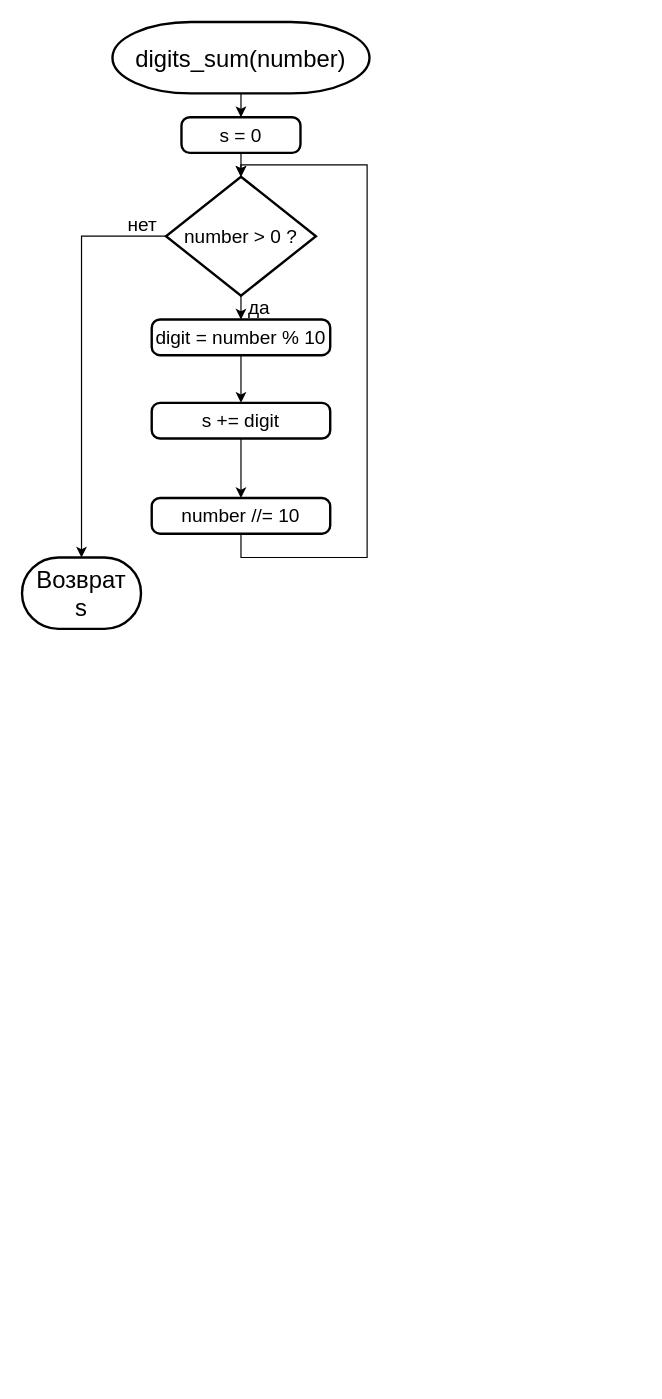
This is les_2_task_9.drawio from nglaz0v/Python_Algorithms, a draw.io file, before an edit. Source tidied: cells renumbered, new cells numbered last; positions are measured from the earlier drawing's top-left corner, leaving out a move shared by most shapes. Both pictures are drawn from the tidied source at 119%, with x=0, y=0 at pixel (21, 21).
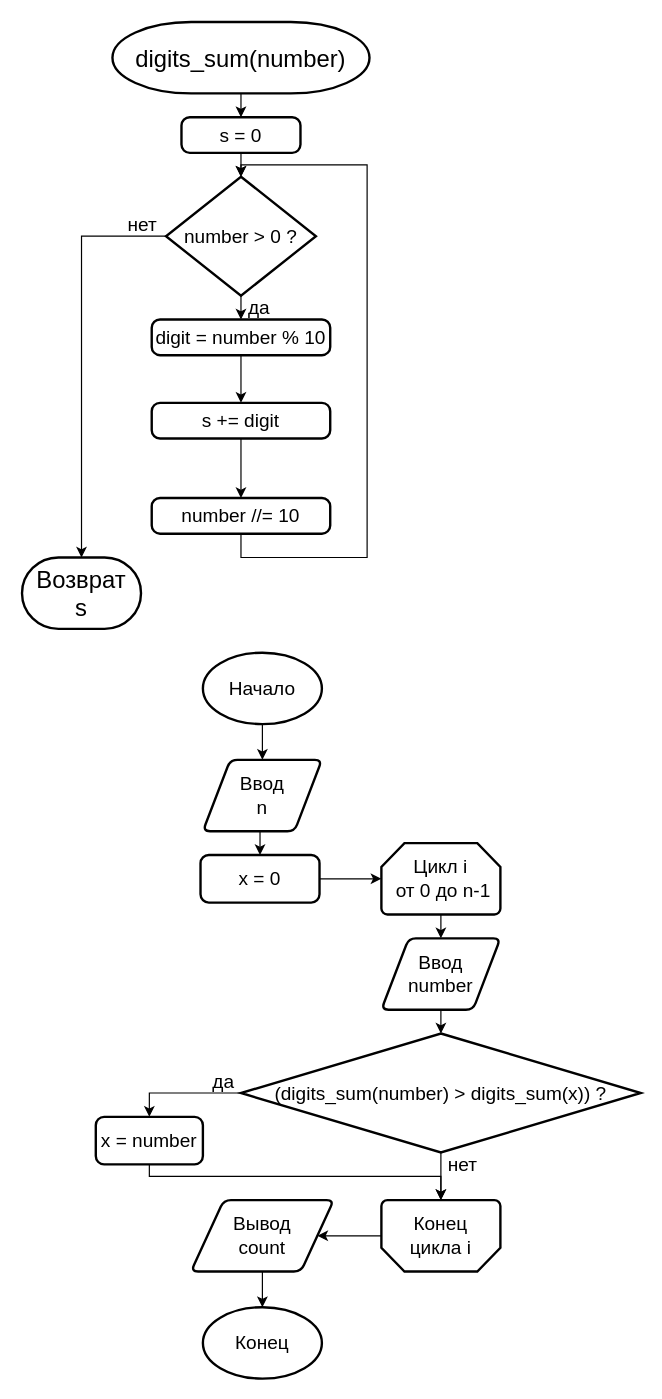
The same diagram, later.

Change to the diagram source:
```diff
@@
+    <mxCell id="18" style="edgeStyle=orthogonalEdgeStyle;rounded=0;jettySize=auto;html=1;exitX=0.5;exitY=1;exitDx=0;exitDy=0;exitPerimeter=0;entryX=0.5;entryY=0;entryDx=0;entryDy=0;fontSize=16;" parent="1" edge="1" source="19" target="21">
+      <mxGeometry relative="1" as="geometry" />
+    </mxCell>
+    <mxCell id="19" value="Начало" style="strokeWidth=2;html=1;shape=mxgraph.flowchart.start_1;whiteSpace=wrap;fontSize=16;" parent="1" vertex="1">
+      <mxGeometry x="152" y="530" width="100" height="60" as="geometry" />
+    </mxCell>
+    <mxCell id="20" style="edgeStyle=orthogonalEdgeStyle;rounded=0;jettySize=auto;html=1;exitX=0.5;exitY=1;exitDx=0;exitDy=0;entryX=0.5;entryY=0;entryDx=0;entryDy=0;fontSize=16;" parent="1" edge="1" source="21" target="26">
+      <mxGeometry relative="1" as="geometry" />
+    </mxCell>
+    <mxCell id="21" value="Ввод&lt;br&gt;n" style="shape=parallelogram;html=1;strokeWidth=2;perimeter=parallelogramPerimeter;whiteSpace=wrap;rounded=1;arcSize=12;size=0.23;fontSize=16;" parent="1" vertex="1">
+      <mxGeometry x="152" y="620" width="100" height="60" as="geometry" />
+    </mxCell>
+    <mxCell id="22" style="edgeStyle=orthogonalEdgeStyle;rounded=0;jettySize=auto;html=1;exitX=0.5;exitY=1;exitDx=0;exitDy=0;entryX=0.5;entryY=0;entryDx=0;entryDy=0;entryPerimeter=0;fontSize=16;" parent="1" edge="1" source="23" target="24">
+      <mxGeometry relative="1" as="geometry" />
+    </mxCell>
+    <mxCell id="23" value="Вывод&lt;br&gt;count" style="shape=parallelogram;html=1;strokeWidth=2;perimeter=parallelogramPerimeter;whiteSpace=wrap;rounded=1;arcSize=12;size=0.23;fontSize=16;" parent="1" vertex="1">
+      <mxGeometry x="142" y="990" width="120" height="60" as="geometry" />
+    </mxCell>
+    <mxCell id="24" value="Конец" style="strokeWidth=2;html=1;shape=mxgraph.flowchart.start_1;whiteSpace=wrap;fontSize=16;" parent="1" vertex="1">
+      <mxGeometry x="152" y="1080" width="100" height="60" as="geometry" />
+    </mxCell>
+    <mxCell id="25" style="edgeStyle=orthogonalEdgeStyle;rounded=0;jettySize=auto;html=1;exitX=1;exitY=0.5;exitDx=0;exitDy=0;fontSize=16;" parent="1" edge="1" source="26" target="28">
+      <mxGeometry relative="1" as="geometry" />
+    </mxCell>
+    <mxCell id="26" value="x = 0" style="rounded=1;whiteSpace=wrap;html=1;absoluteArcSize=1;arcSize=14;strokeWidth=2;fontSize=16;" parent="1" vertex="1">
+      <mxGeometry x="150" y="700" width="100" height="40" as="geometry" />
+    </mxCell>
+    <mxCell id="27" style="edgeStyle=orthogonalEdgeStyle;rounded=0;jettySize=auto;html=1;exitX=0.5;exitY=1;exitDx=0;exitDy=0;exitPerimeter=0;entryX=0.5;entryY=0;entryDx=0;entryDy=0;fontSize=16;" parent="1" edge="1" source="28" target="32">
+      <mxGeometry relative="1" as="geometry" />
+    </mxCell>
+    <mxCell id="28" value="Цикл i&lt;br&gt;&amp;nbsp;от 0 до n-1" style="strokeWidth=2;html=1;shape=mxgraph.flowchart.loop_limit;whiteSpace=wrap;fontSize=16;" parent="1" vertex="1">
+      <mxGeometry x="302" y="690" width="100" height="60" as="geometry" />
+    </mxCell>
+    <mxCell id="29" style="edgeStyle=orthogonalEdgeStyle;rounded=0;jettySize=auto;html=1;exitX=1;exitY=0.5;exitDx=0;exitDy=0;exitPerimeter=0;entryX=1;entryY=0.5;entryDx=0;entryDy=0;fontSize=16;" parent="1" edge="1" source="30" target="23">
+      <mxGeometry relative="1" as="geometry" />
+    </mxCell>
+    <mxCell id="30" value="Конец&lt;br&gt;цикла i" style="strokeWidth=2;html=1;shape=mxgraph.flowchart.loop_limit;whiteSpace=wrap;fontSize=16;direction=west;" parent="1" vertex="1">
+      <mxGeometry x="302" y="990" width="100" height="60" as="geometry" />
+    </mxCell>
+    <mxCell id="31" style="edgeStyle=orthogonalEdgeStyle;rounded=0;jettySize=auto;html=1;exitX=0.5;exitY=1;exitDx=0;exitDy=0;entryX=0.5;entryY=0;entryDx=0;entryDy=0;entryPerimeter=0;fontSize=16;" parent="1" edge="1" source="32" target="37">
+      <mxGeometry relative="1" as="geometry" />
+    </mxCell>
+    <mxCell id="32" value="Ввод&lt;br&gt;number" style="shape=parallelogram;html=1;strokeWidth=2;perimeter=parallelogramPerimeter;whiteSpace=wrap;rounded=1;arcSize=12;size=0.23;fontSize=16;" parent="1" vertex="1">
+      <mxGeometry x="302" y="770" width="100" height="60" as="geometry" />
+    </mxCell>
+    <mxCell id="33" style="edgeStyle=orthogonalEdgeStyle;rounded=0;jettySize=auto;html=1;exitX=0.5;exitY=1;exitDx=0;exitDy=0;entryX=0.5;entryY=1;entryDx=0;entryDy=0;entryPerimeter=0;fontSize=16;" parent="1" edge="1" source="34" target="30">
+      <mxGeometry relative="1" as="geometry">
+        <Array as="points">
+          <mxPoint x="107" y="970" />
+          <mxPoint x="352" y="970" />
+        </Array>
+      </mxGeometry>
+    </mxCell>
+    <mxCell id="34" value="x = number" style="rounded=1;whiteSpace=wrap;html=1;absoluteArcSize=1;arcSize=14;strokeWidth=2;fontSize=16;" parent="1" vertex="1">
+      <mxGeometry x="62" y="920" width="90" height="40" as="geometry" />
+    </mxCell>
+    <mxCell id="35" style="edgeStyle=orthogonalEdgeStyle;rounded=0;jettySize=auto;html=1;exitX=0;exitY=0.5;exitDx=0;exitDy=0;exitPerimeter=0;entryX=0.5;entryY=0;entryDx=0;entryDy=0;fontSize=16;" parent="1" edge="1" source="37" target="34">
+      <mxGeometry relative="1" as="geometry" />
+    </mxCell>
+    <mxCell id="36" style="edgeStyle=orthogonalEdgeStyle;rounded=0;jettySize=auto;html=1;exitX=0.5;exitY=1;exitDx=0;exitDy=0;exitPerimeter=0;entryX=0.5;entryY=1;entryDx=0;entryDy=0;entryPerimeter=0;fontSize=16;" parent="1" edge="1" source="37" target="30">
+      <mxGeometry relative="1" as="geometry" />
+    </mxCell>
+    <mxCell id="37" value="(digits_sum(number) &amp;gt; digits_sum(x)) ?" style="strokeWidth=2;html=1;shape=mxgraph.flowchart.decision;whiteSpace=wrap;fontSize=16;" parent="1" vertex="1">
+      <mxGeometry x="184" y="850" width="336" height="100" as="geometry" />
+    </mxCell>
+    <mxCell id="38" value="да" style="text;html=1;align=center;verticalAlign=middle;strokeColor=none;fillColor=none;fontSize=16;" parent="1" vertex="1">
+      <mxGeometry x="154" y="880" width="30" height="20" as="geometry" />
+    </mxCell>
+    <mxCell id="39" value="нет" style="text;html=1;align=center;verticalAlign=middle;strokeColor=none;fillColor=none;fontSize=16;" parent="1" vertex="1">
+      <mxGeometry x="350" y="950" width="40" height="20" as="geometry" />
+    </mxCell>
```
